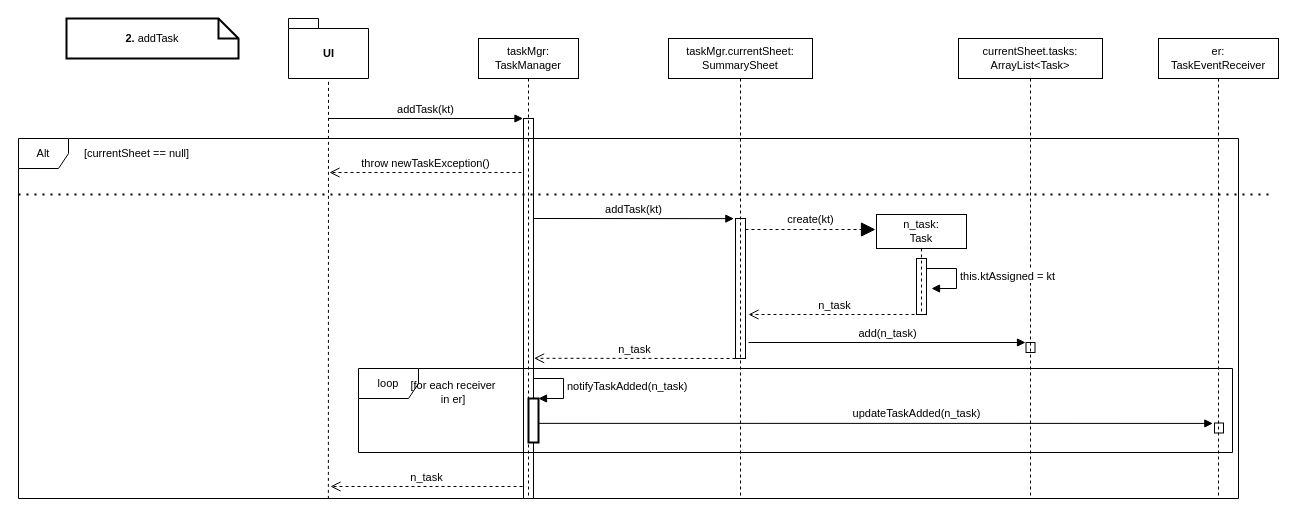
cortosi/Development-of-Software-Applications-2021-2022 keeps this draw.io diagram as page "2" (4 of 15) of Gestire i compiti/Ideazione/Gestire i compiti (DSD).drawio. Above is the earlier version. Source tidied: cells renumbered, new cells numbered last; positions are measured from the earlier drawing's top-left corner, leaving out a move shared by most shapes. Both pictures are drawn from the tidied source at 100%, with x=0, y=0 at pixel (18, 18).
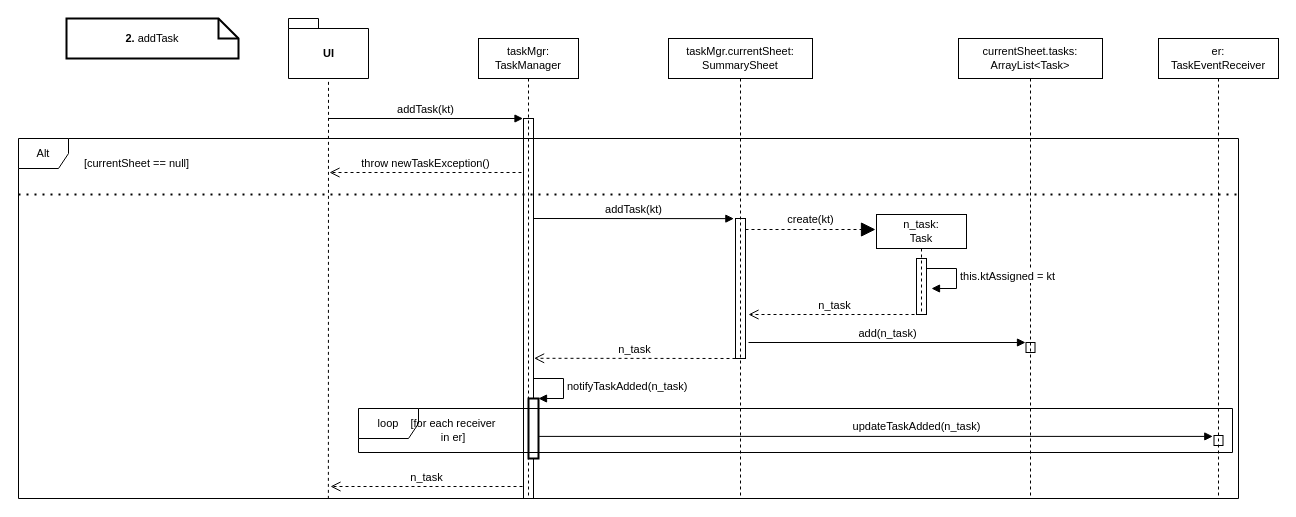
The same page after the edit.

The change refers to these unchanged cells:
```xml
<mxCell id="20" value="er:&lt;br style=&quot;font-size: 11px;&quot;&gt;TaskEventReceiver" style="shape=umlLifeline;perimeter=lifelinePerimeter;whiteSpace=wrap;html=1;fontFamily=SF UI Text;fontSize=11;" parent="1" vertex="1">
  <mxGeometry x="1140" y="20" width="120" height="460" as="geometry" />
</mxCell>
```

What changed in the source:
```diff
@@
     <mxCell id="10" style="endArrow=none;dashed=1;html=1;dashPattern=1 3;strokeWidth=2;rounded=0;fontFamily=SF UI Text;fontSize=11;exitX=0;exitY=0.183;exitDx=0;exitDy=0;exitPerimeter=0;" parent="1" edge="1">
       <mxGeometry relative="1" as="geometry">
         <mxPoint y="175.9" as="sourcePoint" />
-        <mxPoint x="1250" y="176" as="targetPoint" />
+        <mxPoint x="1220" y="176" as="targetPoint" />
       </mxGeometry>
     </mxCell>
     <mxCell id="11" value="&lt;span style=&quot;font-size: 11px;&quot;&gt;[currentSheet == null]&lt;/span&gt;" style="text;html=1;align=center;verticalAlign=middle;strokeColor=none;fillColor=none;fontFamily=SF UI Text;fontSize=11;" parent="1" vertex="1">
-      <mxGeometry x="48" y="120" width="140" height="30" as="geometry" />
+      <mxGeometry x="48" y="130" width="140" height="30" as="geometry" />
     </mxCell>
@@
-    <mxCell id="17" value="loop" style="shape=umlFrame;whiteSpace=wrap;html=1;fontFamily=SF UI Text;fillColor=none;fontSize=11;" parent="1" vertex="1">
-      <mxGeometry x="340" y="350" width="874" height="84" as="geometry" />
-    </mxCell>
@@
     <mxCell id="19" value="[for each receiver in er]" style="text;html=1;strokeColor=none;fillColor=none;align=center;verticalAlign=middle;whiteSpace=wrap;rounded=0;fontFamily=SF UI Text;fontSize=11;" parent="1" vertex="1">
-      <mxGeometry x="390" y="359" width="90" height="30" as="geometry" />
+      <mxGeometry x="390" y="397" width="90" height="30" as="geometry" />
     </mxCell>
@@
     <mxCell id="21" style="html=1;points=[];perimeter=orthogonalPerimeter;fillColor=none;fontFamily=SF UI Text;fontSize=11;" parent="20" vertex="1">
-      <mxGeometry x="56" y="384.5" width="9" height="10" as="geometry" />
+      <mxGeometry x="55.5" y="397" width="9" height="10" as="geometry" />
     </mxCell>
@@
     <mxCell id="27" style="html=1;points=[];perimeter=orthogonalPerimeter;fontFamily=SF UI Text;fontSize=11;strokeWidth=2;fillColor=default;" parent="1" vertex="1">
-      <mxGeometry x="510" y="380" width="10" height="44" as="geometry" />
+      <mxGeometry x="510" y="380" width="10" height="60" as="geometry" />
     </mxCell>
-    <mxCell id="28" value="updateTaskAdded(n_task)" style="html=1;verticalAlign=bottom;endArrow=block;rounded=0;fontFamily=SF UI Text;fontSize=11;entryX=-0.185;entryY=0.041;entryDx=0;entryDy=0;entryPerimeter=0;exitX=1.057;exitY=0.565;exitDx=0;exitDy=0;exitPerimeter=0;" parent="1" edge="1" source="27" target="21">
-      <mxGeometry x="0.12" y="1" relative="1" as="geometry" />
+    <mxCell id="28" value="updateTaskAdded(n_task)" style="html=1;verticalAlign=bottom;endArrow=block;rounded=0;fontFamily=SF UI Text;fontSize=11;entryX=-0.185;entryY=0.041;entryDx=0;entryDy=0;entryPerimeter=0;exitX=1.057;exitY=0.565;exitDx=0;exitDy=0;exitPerimeter=0;" parent="1" edge="1">
+      <mxGeometry x="0.12" y="1" relative="1" as="geometry">
+        <mxPoint x="520.6" y="417.9" as="sourcePoint" />
+        <mxPoint x="1194.3" y="417.9" as="targetPoint" />
+      </mxGeometry>
     </mxCell>
@@
+    <mxCell id="17" value="loop" style="shape=umlFrame;whiteSpace=wrap;html=1;fontFamily=SF UI Text;fillColor=none;fontSize=11;" parent="1" vertex="1">
+      <mxGeometry x="340" y="390" width="874" height="44" as="geometry" />
+    </mxCell>
```
